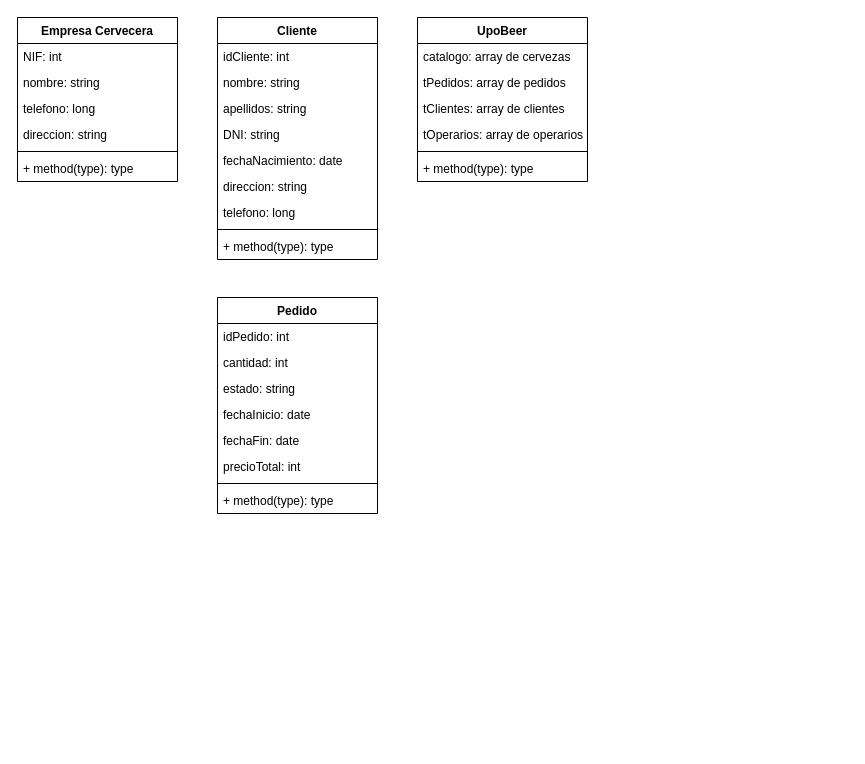
iandreafh/UpoBeer keeps this draw.io diagram as Untitled Diagram.drawio. Above is the earlier version. Source tidied: cells renumbered, new cells numbered last; positions are measured from the earlier drawing's top-left corner, leaving out a move shared by most shapes. Both pictures are drawn from the tidied source at 100%, with x=0, y=0 at pixel (17, 17).
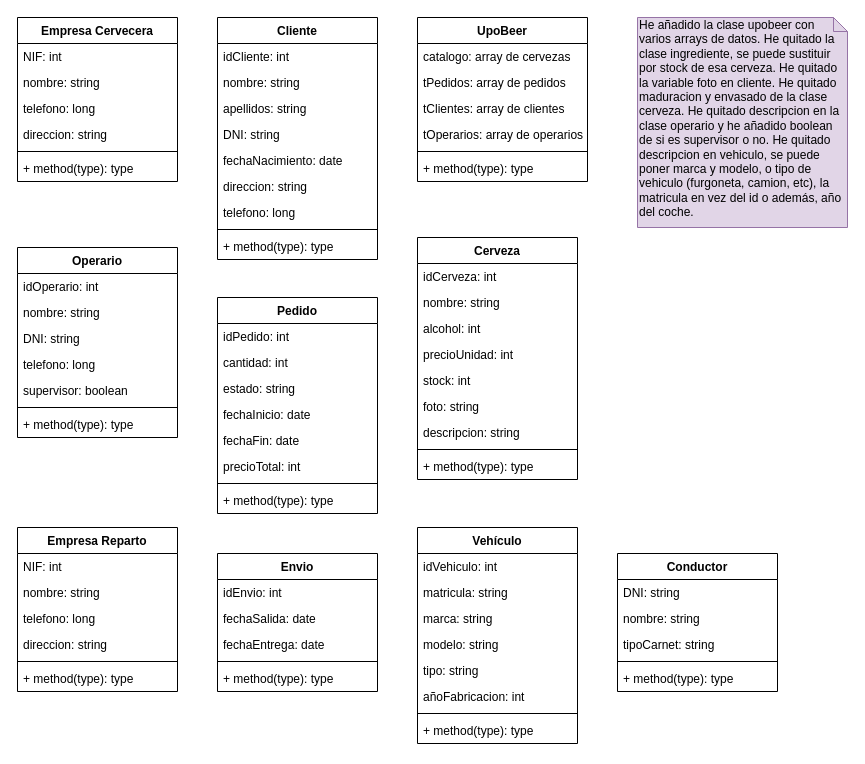
After the change.

Commit message:
Clases hechas

What changed in the source:
```diff
@@
+    <mxCell id="35" value="Cerveza" style="swimlane;fontStyle=1;align=center;verticalAlign=top;horizontal=1;startSize=26;" parent="1" vertex="1">
+      <mxGeometry x="400" y="220" width="160" height="242" as="geometry" />
+    </mxCell>
+    <mxCell id="36" value="idCerveza: int" style="text;strokeColor=none;fillColor=none;align=left;verticalAlign=top;spacingLeft=4;spacingRight=4;overflow=hidden;" parent="35" vertex="1">
+      <mxGeometry y="26" width="160" height="26" as="geometry" />
+    </mxCell>
+    <mxCell id="37" value="nombre: string" style="text;strokeColor=none;fillColor=none;align=left;verticalAlign=top;spacingLeft=4;spacingRight=4;overflow=hidden;" parent="35" vertex="1">
+      <mxGeometry y="52" width="160" height="26" as="geometry" />
+    </mxCell>
+    <mxCell id="38" value="alcohol: int" style="text;strokeColor=none;fillColor=none;align=left;verticalAlign=top;spacingLeft=4;spacingRight=4;overflow=hidden;" parent="35" vertex="1">
+      <mxGeometry y="78" width="160" height="26" as="geometry" />
+    </mxCell>
+    <mxCell id="39" value="precioUnidad: int" style="text;strokeColor=none;fillColor=none;align=left;verticalAlign=top;spacingLeft=4;spacingRight=4;overflow=hidden;" parent="35" vertex="1">
+      <mxGeometry y="104" width="160" height="26" as="geometry" />
+    </mxCell>
+    <mxCell id="40" value="stock: int" style="text;strokeColor=none;fillColor=none;align=left;verticalAlign=top;spacingLeft=4;spacingRight=4;overflow=hidden;" parent="35" vertex="1">
+      <mxGeometry y="130" width="160" height="26" as="geometry" />
+    </mxCell>
+    <mxCell id="41" value="foto: string" style="text;strokeColor=none;fillColor=none;align=left;verticalAlign=top;spacingLeft=4;spacingRight=4;overflow=hidden;" parent="35" vertex="1">
+      <mxGeometry y="156" width="160" height="26" as="geometry" />
+    </mxCell>
+    <mxCell id="42" value="descripcion: string" style="text;strokeColor=none;fillColor=none;align=left;verticalAlign=top;spacingLeft=4;spacingRight=4;overflow=hidden;" parent="35" vertex="1">
+      <mxGeometry y="182" width="160" height="26" as="geometry" />
+    </mxCell>
+    <mxCell id="43" style="line;strokeWidth=1;fillColor=none;align=left;verticalAlign=middle;spacingTop=-1;spacingLeft=3;spacingRight=3;labelPosition=right;" parent="35" vertex="1">
+      <mxGeometry y="208" width="160" height="8" as="geometry" />
+    </mxCell>
+    <mxCell id="44" value="+ method(type): type" style="text;strokeColor=none;fillColor=none;align=left;verticalAlign=top;spacingLeft=4;spacingRight=4;overflow=hidden;" parent="35" vertex="1">
+      <mxGeometry y="216" width="160" height="26" as="geometry" />
+    </mxCell>
+    <mxCell id="45" value="He añadido la clase upobeer con varios arrays de datos. He quitado la clase ingrediente, se puede sustituir por stock de esa cerveza. He quitado la variable foto en cliente. He quitado maduracion y envasado de la clase cerveza. He quitado descripcion en la clase operario y he añadido boolean de si es supervisor o no. He quitado descripcion en vehiculo, se puede poner marca y modelo, o tipo de vehiculo (furgoneta, camion, etc), la matricula en vez del id o además, año del coche." style="shape=note;whiteSpace=wrap;html=1;size=14;verticalAlign=top;align=left;spacingTop=-6;fillColor=#e1d5e7;strokeColor=#9673a6;" parent="1" vertex="1">
+      <mxGeometry x="620" width="210" height="210" as="geometry" />
+    </mxCell>
+    <mxCell id="46" value="Operario" style="swimlane;fontStyle=1;align=center;verticalAlign=top;horizontal=1;startSize=26;" parent="1" vertex="1">
+      <mxGeometry y="230" width="160" height="190" as="geometry" />
+    </mxCell>
+    <mxCell id="47" value="idOperario: int" style="text;strokeColor=none;fillColor=none;align=left;verticalAlign=top;spacingLeft=4;spacingRight=4;overflow=hidden;" parent="46" vertex="1">
+      <mxGeometry y="26" width="160" height="26" as="geometry" />
+    </mxCell>
+    <mxCell id="48" value="nombre: string" style="text;strokeColor=none;fillColor=none;align=left;verticalAlign=top;spacingLeft=4;spacingRight=4;overflow=hidden;" parent="46" vertex="1">
+      <mxGeometry y="52" width="160" height="26" as="geometry" />
+    </mxCell>
+    <mxCell id="49" value="DNI: string" style="text;strokeColor=none;fillColor=none;align=left;verticalAlign=top;spacingLeft=4;spacingRight=4;overflow=hidden;" parent="46" vertex="1">
+      <mxGeometry y="78" width="160" height="26" as="geometry" />
+    </mxCell>
+    <mxCell id="50" value="telefono: long" style="text;strokeColor=none;fillColor=none;align=left;verticalAlign=top;spacingLeft=4;spacingRight=4;overflow=hidden;" parent="46" vertex="1">
+      <mxGeometry y="104" width="160" height="26" as="geometry" />
+    </mxCell>
+    <mxCell id="51" value="supervisor: boolean" style="text;strokeColor=none;fillColor=none;align=left;verticalAlign=top;spacingLeft=4;spacingRight=4;overflow=hidden;" parent="46" vertex="1">
+      <mxGeometry y="130" width="160" height="26" as="geometry" />
+    </mxCell>
+    <mxCell id="52" style="line;strokeWidth=1;fillColor=none;align=left;verticalAlign=middle;spacingTop=-1;spacingLeft=3;spacingRight=3;labelPosition=right;" parent="46" vertex="1">
+      <mxGeometry y="156" width="160" height="8" as="geometry" />
+    </mxCell>
+    <mxCell id="53" value="+ method(type): type" style="text;strokeColor=none;fillColor=none;align=left;verticalAlign=top;spacingLeft=4;spacingRight=4;overflow=hidden;" parent="46" vertex="1">
+      <mxGeometry y="164" width="160" height="26" as="geometry" />
+    </mxCell>
+    <mxCell id="54" value="Envio" style="swimlane;fontStyle=1;align=center;verticalAlign=top;horizontal=1;startSize=26;" parent="1" vertex="1">
+      <mxGeometry x="200" y="536" width="160" height="138" as="geometry" />
+    </mxCell>
+    <mxCell id="55" value="idEnvio: int" style="text;strokeColor=none;fillColor=none;align=left;verticalAlign=top;spacingLeft=4;spacingRight=4;overflow=hidden;" parent="54" vertex="1">
+      <mxGeometry y="26" width="160" height="26" as="geometry" />
+    </mxCell>
+    <mxCell id="56" value="fechaSalida: date" style="text;strokeColor=none;fillColor=none;align=left;verticalAlign=top;spacingLeft=4;spacingRight=4;overflow=hidden;" parent="54" vertex="1">
+      <mxGeometry y="52" width="160" height="26" as="geometry" />
+    </mxCell>
+    <mxCell id="57" value="fechaEntrega: date" style="text;strokeColor=none;fillColor=none;align=left;verticalAlign=top;spacingLeft=4;spacingRight=4;overflow=hidden;" parent="54" vertex="1">
+      <mxGeometry y="78" width="160" height="26" as="geometry" />
+    </mxCell>
+    <mxCell id="58" style="line;strokeWidth=1;fillColor=none;align=left;verticalAlign=middle;spacingTop=-1;spacingLeft=3;spacingRight=3;labelPosition=right;" parent="54" vertex="1">
+      <mxGeometry y="104" width="160" height="8" as="geometry" />
+    </mxCell>
+    <mxCell id="59" value="+ method(type): type" style="text;strokeColor=none;fillColor=none;align=left;verticalAlign=top;spacingLeft=4;spacingRight=4;overflow=hidden;" parent="54" vertex="1">
+      <mxGeometry y="112" width="160" height="26" as="geometry" />
+    </mxCell>
+    <mxCell id="60" value="Empresa Reparto" style="swimlane;fontStyle=1;align=center;verticalAlign=top;horizontal=1;startSize=26;" parent="1" vertex="1">
+      <mxGeometry y="510" width="160" height="164" as="geometry" />
+    </mxCell>
+    <mxCell id="61" value="NIF: int" style="text;strokeColor=none;fillColor=none;align=left;verticalAlign=top;spacingLeft=4;spacingRight=4;overflow=hidden;" parent="60" vertex="1">
+      <mxGeometry y="26" width="160" height="26" as="geometry" />
+    </mxCell>
+    <mxCell id="62" value="nombre: string" style="text;strokeColor=none;fillColor=none;align=left;verticalAlign=top;spacingLeft=4;spacingRight=4;overflow=hidden;" parent="60" vertex="1">
+      <mxGeometry y="52" width="160" height="26" as="geometry" />
+    </mxCell>
+    <mxCell id="63" value="telefono: long" style="text;strokeColor=none;fillColor=none;align=left;verticalAlign=top;spacingLeft=4;spacingRight=4;overflow=hidden;" parent="60" vertex="1">
+      <mxGeometry y="78" width="160" height="26" as="geometry" />
+    </mxCell>
+    <mxCell id="64" value="direccion: string" style="text;strokeColor=none;fillColor=none;align=left;verticalAlign=top;spacingLeft=4;spacingRight=4;overflow=hidden;" parent="60" vertex="1">
+      <mxGeometry y="104" width="160" height="26" as="geometry" />
+    </mxCell>
+    <mxCell id="65" style="line;strokeWidth=1;fillColor=none;align=left;verticalAlign=middle;spacingTop=-1;spacingLeft=3;spacingRight=3;labelPosition=right;" parent="60" vertex="1">
+      <mxGeometry y="130" width="160" height="8" as="geometry" />
+    </mxCell>
+    <mxCell id="66" value="+ method(type): type" style="text;strokeColor=none;fillColor=none;align=left;verticalAlign=top;spacingLeft=4;spacingRight=4;overflow=hidden;" parent="60" vertex="1">
+      <mxGeometry y="138" width="160" height="26" as="geometry" />
+    </mxCell>
+    <mxCell id="67" value="Vehículo" style="swimlane;fontStyle=1;align=center;verticalAlign=top;horizontal=1;startSize=26;" parent="1" vertex="1">
+      <mxGeometry x="400" y="510" width="160" height="216" as="geometry" />
+    </mxCell>
+    <mxCell id="68" value="idVehiculo: int" style="text;strokeColor=none;fillColor=none;align=left;verticalAlign=top;spacingLeft=4;spacingRight=4;overflow=hidden;" parent="67" vertex="1">
+      <mxGeometry y="26" width="160" height="26" as="geometry" />
+    </mxCell>
+    <mxCell id="69" value="matricula: string" style="text;strokeColor=none;fillColor=none;align=left;verticalAlign=top;spacingLeft=4;spacingRight=4;overflow=hidden;" parent="67" vertex="1">
+      <mxGeometry y="52" width="160" height="26" as="geometry" />
+    </mxCell>
+    <mxCell id="70" value="marca: string" style="text;strokeColor=none;fillColor=none;align=left;verticalAlign=top;spacingLeft=4;spacingRight=4;overflow=hidden;" parent="67" vertex="1">
+      <mxGeometry y="78" width="160" height="26" as="geometry" />
+    </mxCell>
+    <mxCell id="71" value="modelo: string" style="text;strokeColor=none;fillColor=none;align=left;verticalAlign=top;spacingLeft=4;spacingRight=4;overflow=hidden;" parent="67" vertex="1">
+      <mxGeometry y="104" width="160" height="26" as="geometry" />
+    </mxCell>
+    <mxCell id="72" value="tipo: string" style="text;strokeColor=none;fillColor=none;align=left;verticalAlign=top;spacingLeft=4;spacingRight=4;overflow=hidden;" parent="67" vertex="1">
+      <mxGeometry y="130" width="160" height="26" as="geometry" />
+    </mxCell>
+    <mxCell id="73" value="añoFabricacion: int" style="text;strokeColor=none;fillColor=none;align=left;verticalAlign=top;spacingLeft=4;spacingRight=4;overflow=hidden;" parent="67" vertex="1">
+      <mxGeometry y="156" width="160" height="26" as="geometry" />
+    </mxCell>
+    <mxCell id="74" style="line;strokeWidth=1;fillColor=none;align=left;verticalAlign=middle;spacingTop=-1;spacingLeft=3;spacingRight=3;labelPosition=right;" parent="67" vertex="1">
+      <mxGeometry y="182" width="160" height="8" as="geometry" />
+    </mxCell>
+    <mxCell id="75" value="+ method(type): type" style="text;strokeColor=none;fillColor=none;align=left;verticalAlign=top;spacingLeft=4;spacingRight=4;overflow=hidden;" parent="67" vertex="1">
+      <mxGeometry y="190" width="160" height="26" as="geometry" />
+    </mxCell>
+    <mxCell id="76" value="Conductor" style="swimlane;fontStyle=1;align=center;verticalAlign=top;horizontal=1;startSize=26;" parent="1" vertex="1">
+      <mxGeometry x="600" y="536" width="160" height="138" as="geometry" />
+    </mxCell>
+    <mxCell id="77" value="DNI: string" style="text;strokeColor=none;fillColor=none;align=left;verticalAlign=top;spacingLeft=4;spacingRight=4;overflow=hidden;" parent="76" vertex="1">
+      <mxGeometry y="26" width="160" height="26" as="geometry" />
+    </mxCell>
+    <mxCell id="78" value="nombre: string" style="text;strokeColor=none;fillColor=none;align=left;verticalAlign=top;spacingLeft=4;spacingRight=4;overflow=hidden;" parent="76" vertex="1">
+      <mxGeometry y="52" width="160" height="26" as="geometry" />
+    </mxCell>
+    <mxCell id="79" value="tipoCarnet: string" style="text;strokeColor=none;fillColor=none;align=left;verticalAlign=top;spacingLeft=4;spacingRight=4;overflow=hidden;" parent="76" vertex="1">
+      <mxGeometry y="78" width="160" height="26" as="geometry" />
+    </mxCell>
+    <mxCell id="80" style="line;strokeWidth=1;fillColor=none;align=left;verticalAlign=middle;spacingTop=-1;spacingLeft=3;spacingRight=3;labelPosition=right;" parent="76" vertex="1">
+      <mxGeometry y="104" width="160" height="8" as="geometry" />
+    </mxCell>
+    <mxCell id="81" value="+ method(type): type" style="text;strokeColor=none;fillColor=none;align=left;verticalAlign=top;spacingLeft=4;spacingRight=4;overflow=hidden;" parent="76" vertex="1">
+      <mxGeometry y="112" width="160" height="26" as="geometry" />
+    </mxCell>
```
